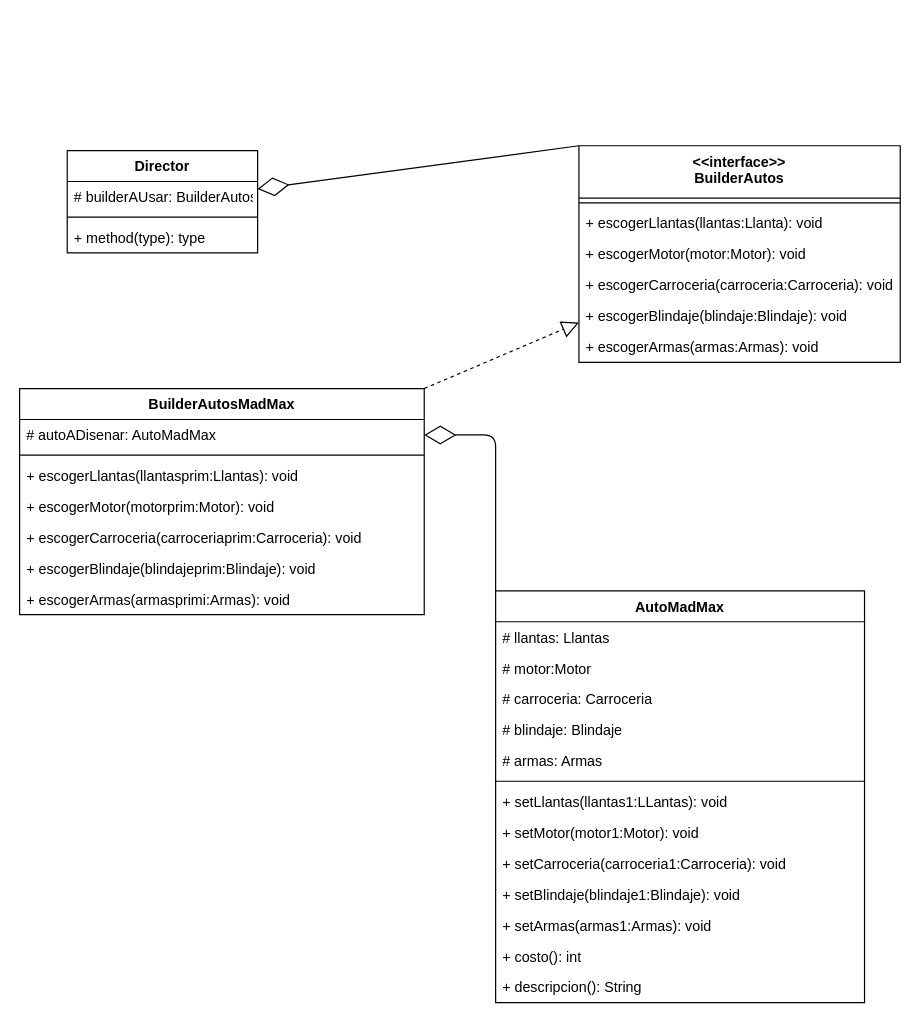
This is page "Page-2" (2 of 2) of Practica3.drawio from Rogarpa/Practica-3-Modelado-y-Programacion, a draw.io file, before an edit. Source tidied: cells renumbered, new cells numbered last; positions are measured from the earlier drawing's top-left corner, leaving out a move shared by most shapes. Both pictures are drawn from the tidied source at 119%, with x=0, y=0 at pixel (19, 145).
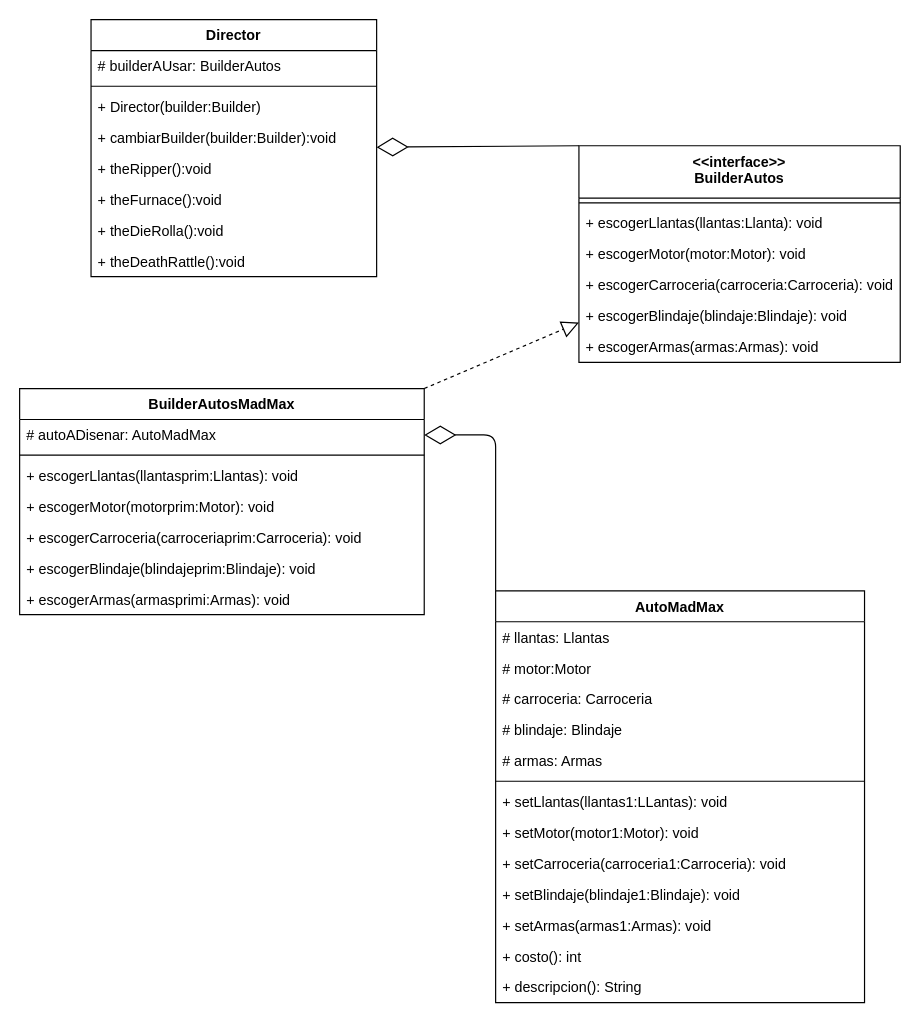
The same page after the edit.

Commit message:
Terminado Director.

What changed in the source:
```diff
@@
     <mxCell id="31" value="Director" style="swimlane;fontStyle=1;align=center;verticalAlign=top;horizontal=1;startSize=26;" parent="1" vertex="1">
-      <mxGeometry x="40" y="4" width="160" height="86" as="geometry" />
+      <mxGeometry x="60" y="-106" width="240" height="216" as="geometry" />
     </mxCell>
     <mxCell id="32" value="# builderAUsar: BuilderAutos" style="text;strokeColor=none;fillColor=none;align=left;verticalAlign=top;spacingLeft=4;spacingRight=4;overflow=hidden;" parent="31" vertex="1">
-      <mxGeometry y="26" width="160" height="26" as="geometry" />
+      <mxGeometry y="26" width="240" height="26" as="geometry" />
     </mxCell>
     <mxCell id="33" style="line;strokeWidth=1;fillColor=none;align=left;verticalAlign=middle;spacingTop=-1;spacingLeft=3;spacingRight=3;labelPosition=right;" parent="31" vertex="1">
-      <mxGeometry y="52" width="160" height="8" as="geometry" />
+      <mxGeometry y="52" width="240" height="8" as="geometry" />
     </mxCell>
-    <mxCell id="34" value="+ method(type): type" style="text;strokeColor=none;fillColor=none;align=left;verticalAlign=top;spacingLeft=4;spacingRight=4;overflow=hidden;" parent="31" vertex="1">
-      <mxGeometry y="60" width="160" height="26" as="geometry" />
+    <mxCell id="34" value="+ Director(builder:Builder)" style="text;strokeColor=none;fillColor=none;align=left;verticalAlign=top;spacingLeft=4;spacingRight=4;overflow=hidden;" parent="31" vertex="1">
+      <mxGeometry y="60" width="240" height="26" as="geometry" />
     </mxCell>
+    <mxCell id="38" value="+ cambiarBuilder(builder:Builder):void" style="text;strokeColor=none;fillColor=none;align=left;verticalAlign=top;spacingLeft=4;spacingRight=4;overflow=hidden;" parent="31" vertex="1">
+      <mxGeometry y="86" width="240" height="26" as="geometry" />
+    </mxCell>
+    <mxCell id="39" value="+ theRipper():void" style="text;strokeColor=none;fillColor=none;align=left;verticalAlign=top;spacingLeft=4;spacingRight=4;overflow=hidden;" parent="31" vertex="1">
+      <mxGeometry y="112" width="240" height="26" as="geometry" />
+    </mxCell>
+    <mxCell id="40" value="+ theFurnace():void" style="text;strokeColor=none;fillColor=none;align=left;verticalAlign=top;spacingLeft=4;spacingRight=4;overflow=hidden;" parent="31" vertex="1">
+      <mxGeometry y="138" width="240" height="26" as="geometry" />
+    </mxCell>
+    <mxCell id="41" value="+ theDieRolla():void" style="text;strokeColor=none;fillColor=none;align=left;verticalAlign=top;spacingLeft=4;spacingRight=4;overflow=hidden;" parent="31" vertex="1">
+      <mxGeometry y="164" width="240" height="26" as="geometry" />
+    </mxCell>
+    <mxCell id="42" value="+ theDeathRattle():void" style="text;strokeColor=none;fillColor=none;align=left;verticalAlign=top;spacingLeft=4;spacingRight=4;overflow=hidden;" parent="31" vertex="1">
+      <mxGeometry y="190" width="240" height="26" as="geometry" />
+    </mxCell>
```
